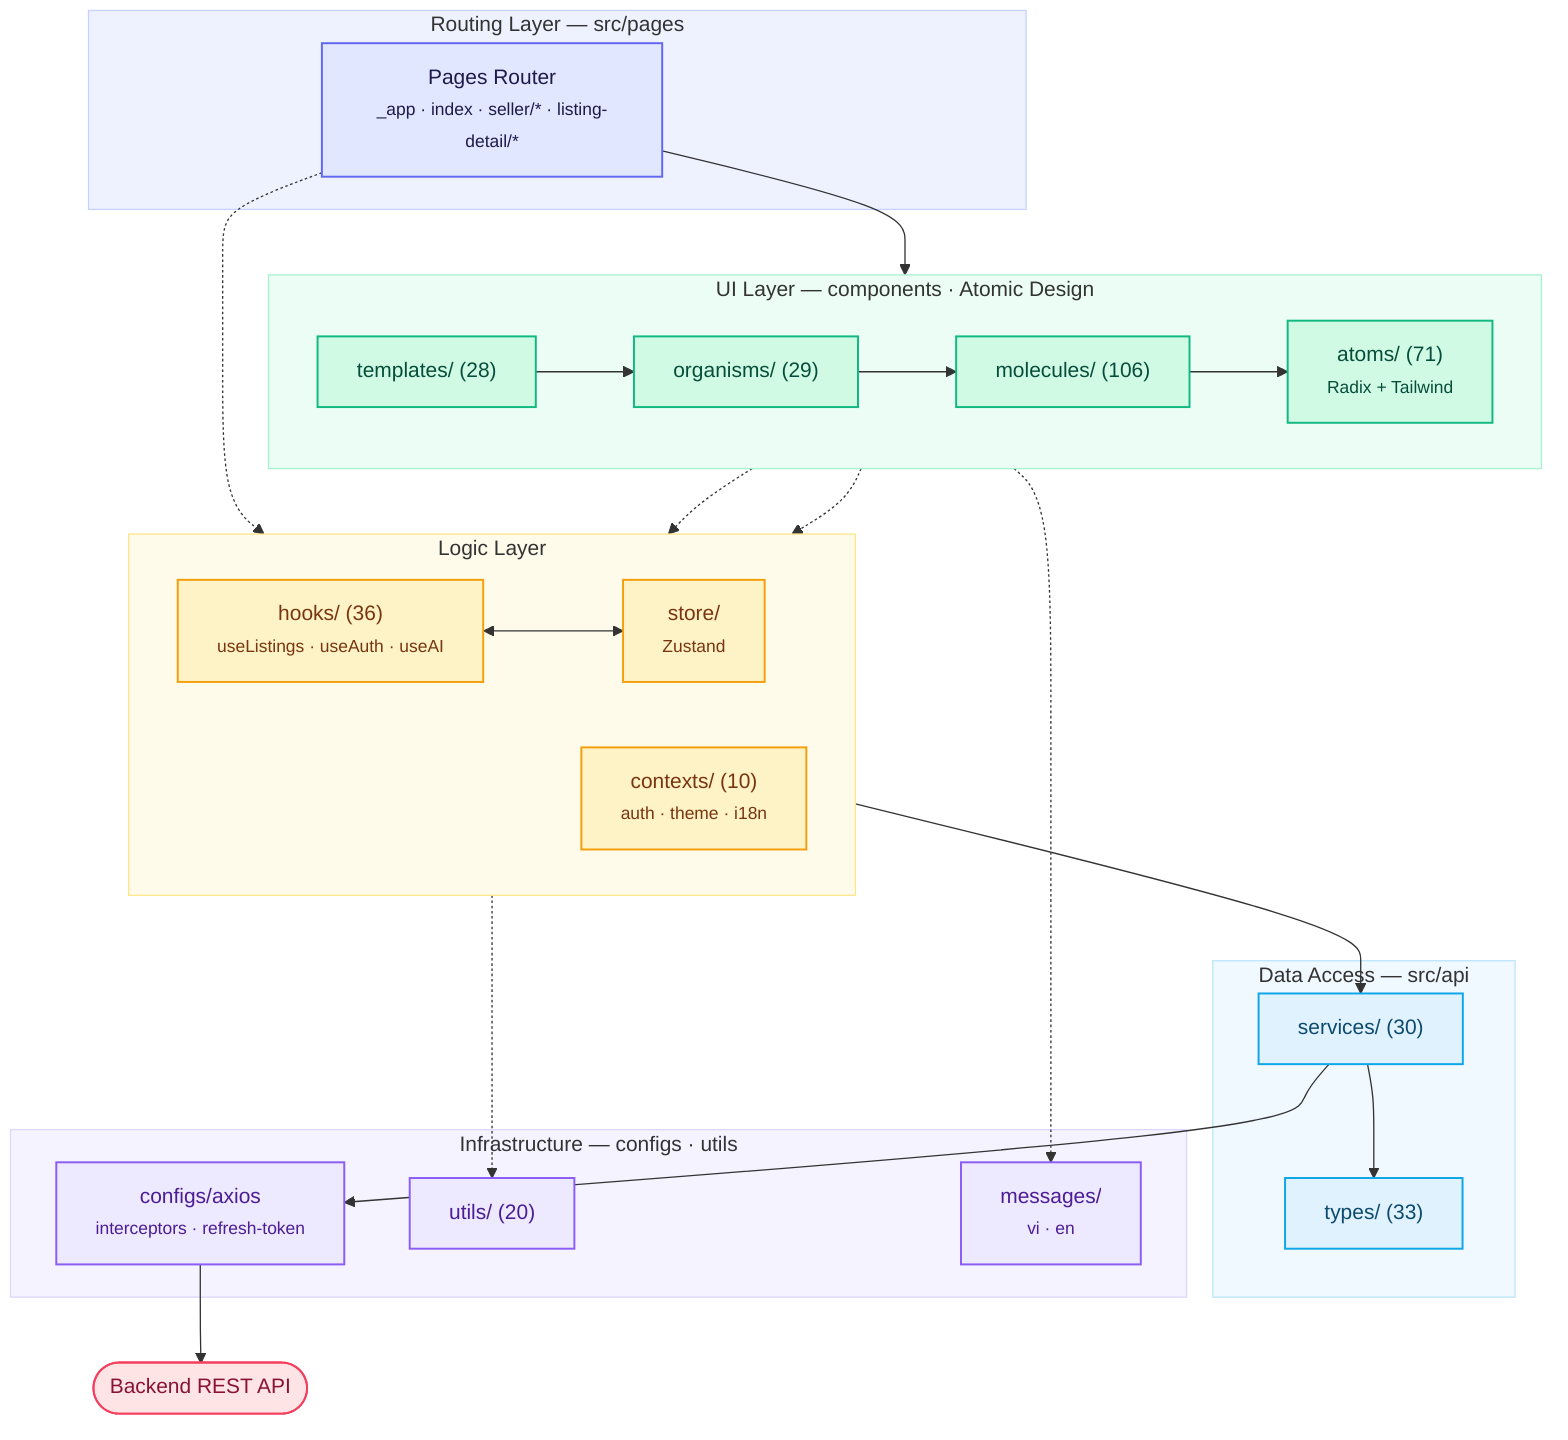
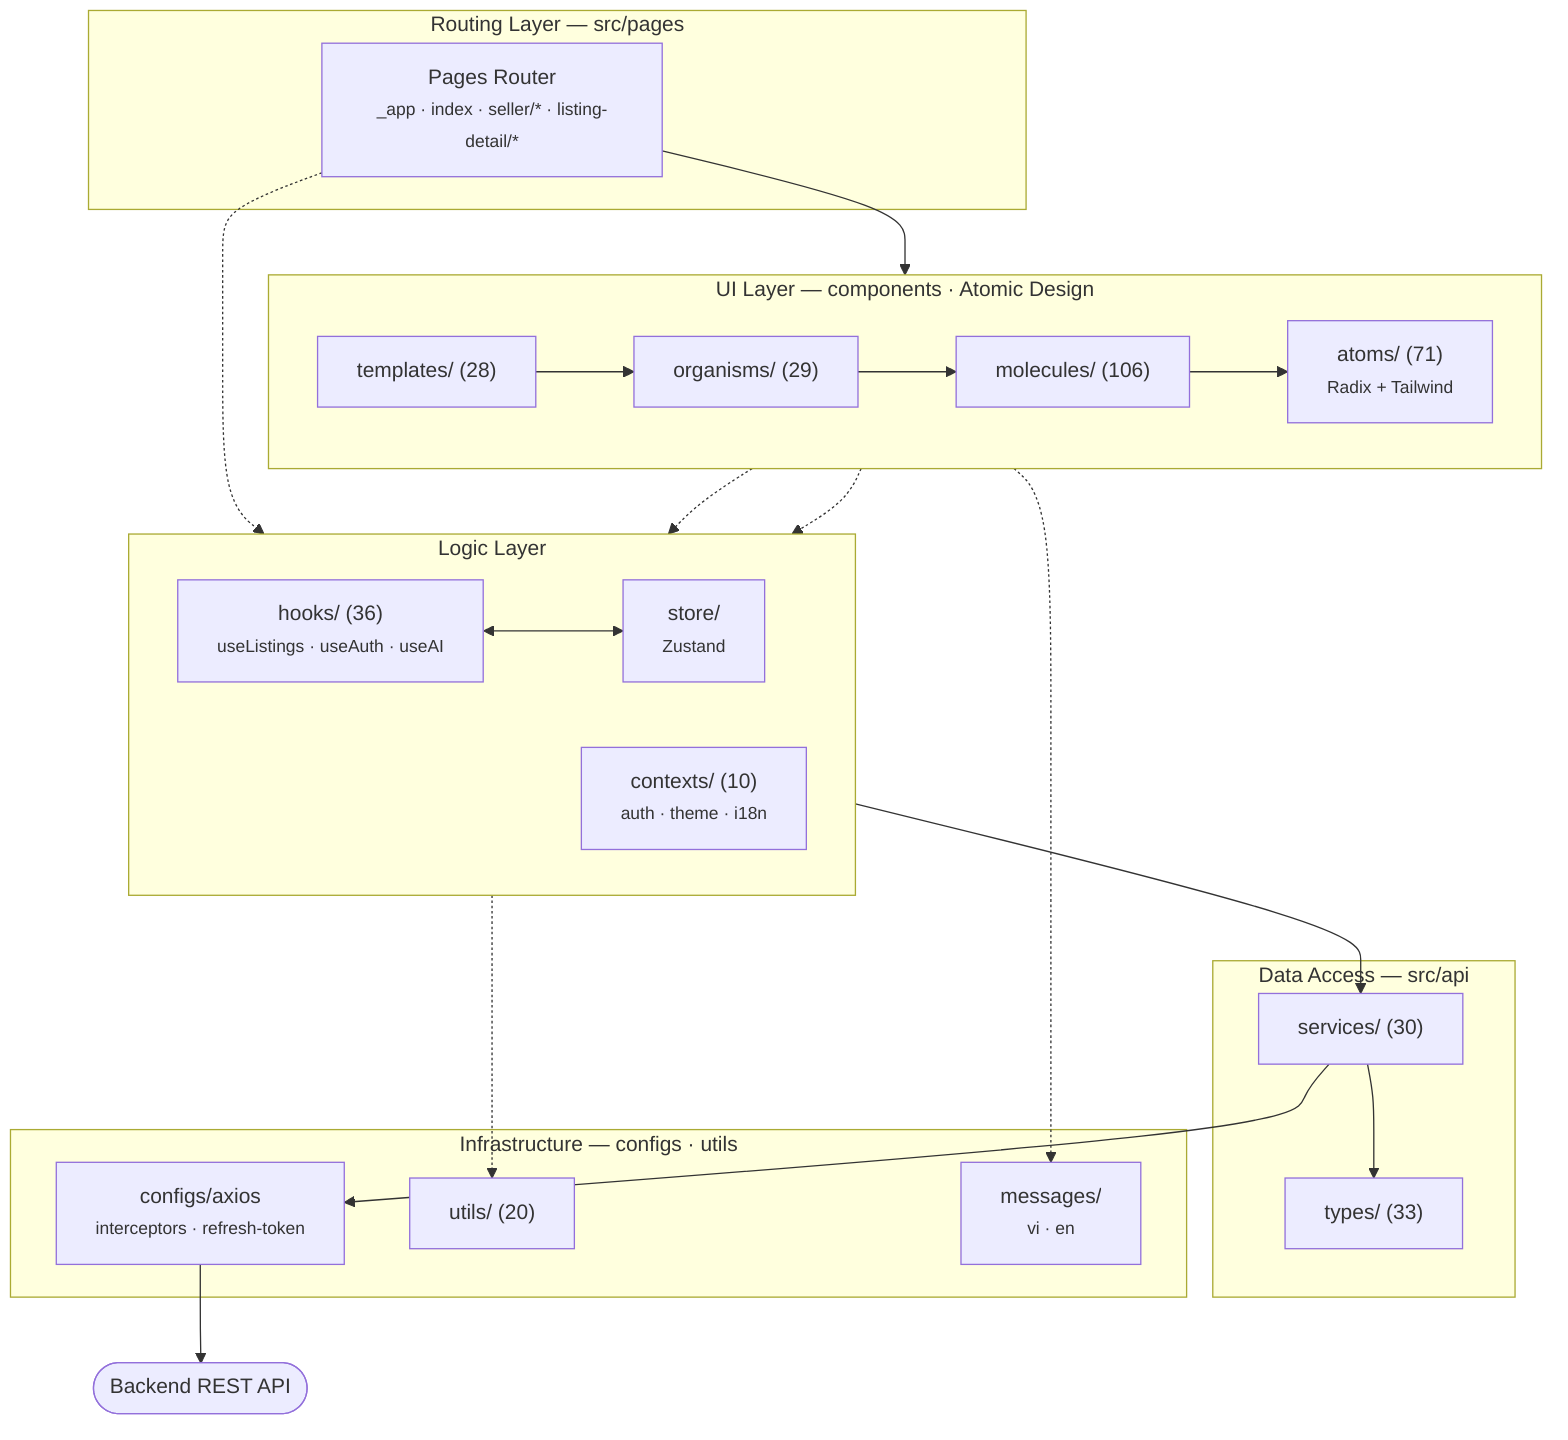
flowchart TB
 subgraph Routing["Routing Layer — src/pages"]
 Pages["Pages Router<br/><small>_app · index · seller/* · listing-detail/*</small>"]
 end
 subgraph UI["UI Layer — components · Atomic Design"]
 direction LR
 Templates["templates/ (28)"] --> Organisms["organisms/ (29)"] --> Molecules["molecules/ (106)"] --> Atoms["atoms/ (71)<br/><small>Radix + Tailwind</small>"]
 end
 subgraph Logic["Logic Layer"]
 direction LR
 Hooks["hooks/ (36)<br/><small>useListings · useAuth · useAI</small>"]
 Contexts["contexts/ (10)<br/><small>auth · theme · i18n</small>"]
 Store["store/<br/><small>Zustand</small>"]
 end
 subgraph Data["Data Access — src/api"]
 Services["services/ (30)"]
 Types["types/ (33)"]
 end
 subgraph Infra["Infrastructure — configs · utils"]
 Axios["configs/axios<br/><small>interceptors · refresh-token</small>"]
 Utils["utils/ (20)"]
 I18n["messages/<br/><small>vi · en</small>"]
 end
 Backend(["Backend REST API"])

 Pages --> Templates
 Organisms -.-> Hooks
 Templates -.-> Hooks
 Hooks --> Services
 Hooks <--> Store
 Pages -.-> Contexts
 Services --> Types
 Services --> Axios
 Axios --> Backend
 Hooks -.-> Utils
 UI -.-> I18n
- 
-  classDef routing fill:#e0e7ff,stroke:#6366f1,stroke-width:1.5px,color:#1e1b4b
-  classDef ui fill:#d1fae5,stroke:#10b981,stroke-width:1.5px,color:#064e3b
-  classDef logic fill:#fef3c7,stroke:#f59e0b,stroke-width:1.5px,color:#78350f
-  classDef data fill:#e0f2fe,stroke:#0ea5e9,stroke-width:1.5px,color:#0c4a6e
-  classDef infra fill:#ede9fe,stroke:#8b5cf6,stroke-width:1.5px,color:#4c1d95
-  classDef ext fill:#ffe4e6,stroke:#f43f5e,stroke-width:1.5px,color:#881337
-  class Pages routing
-  class Templates,Organisms,Molecules,Atoms ui
-  class Hooks,Contexts,Store logic
-  class Services,Types data
-  class Axios,Utils,I18n infra
-  class Backend ext
-  style Routing fill:#eef2ff,stroke:#c7d2fe
-  style UI fill:#ecfdf5,stroke:#a7f3d0
-  style Logic fill:#fffbeb,stroke:#fde68a
-  style Data fill:#f0f9ff,stroke:#bae6fd
-  style Infra fill:#f5f3ff,stroke:#ddd6fe
